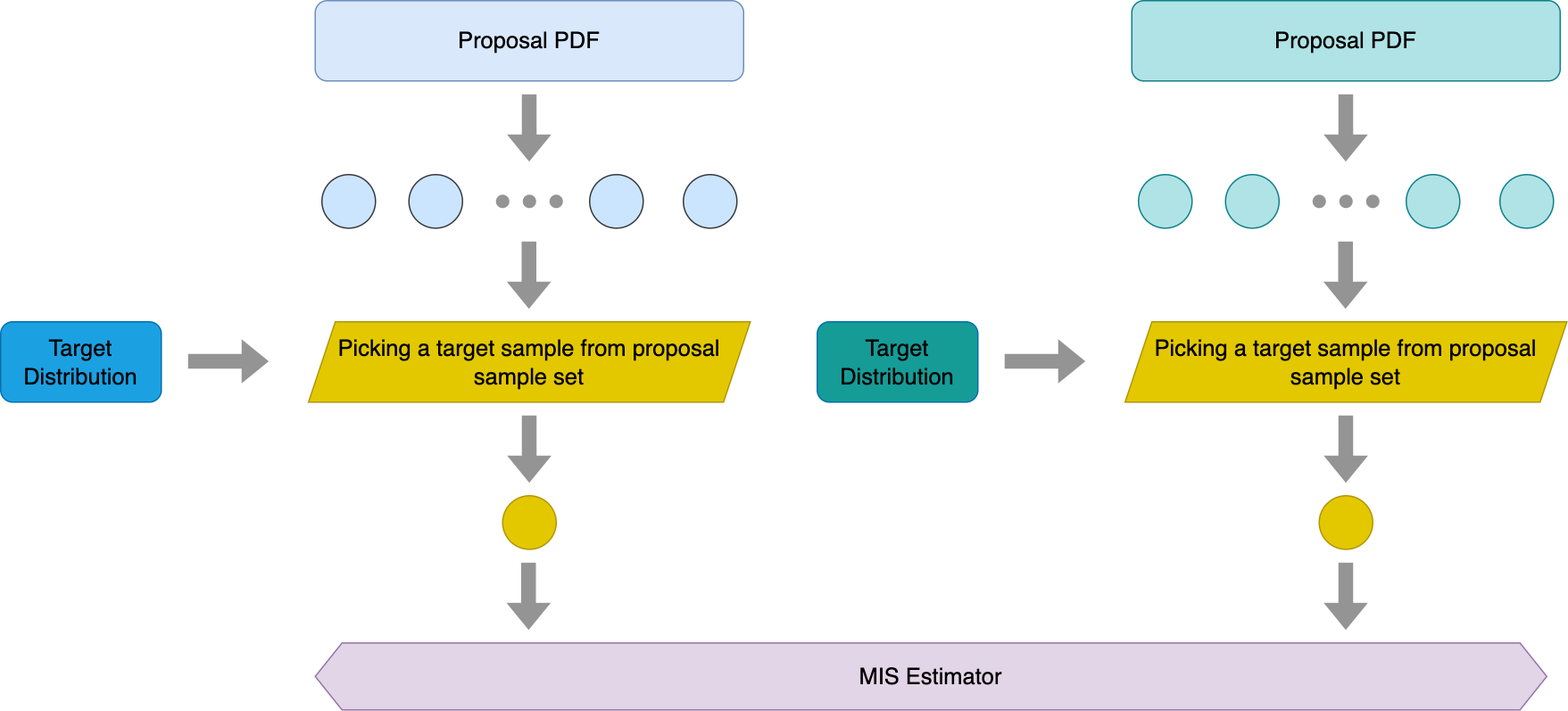
JiayinCao/AGraphicsGuyNotes keeps this draw.io diagram as img/posts/understanding_the_math_behind_restir_di/RIS_MIS.png. Above is the earlier version. Source tidied: cells renumbered, new cells last; positions are measured from the earlier drawing's top-left corner, leaving out a move shared by most shapes.
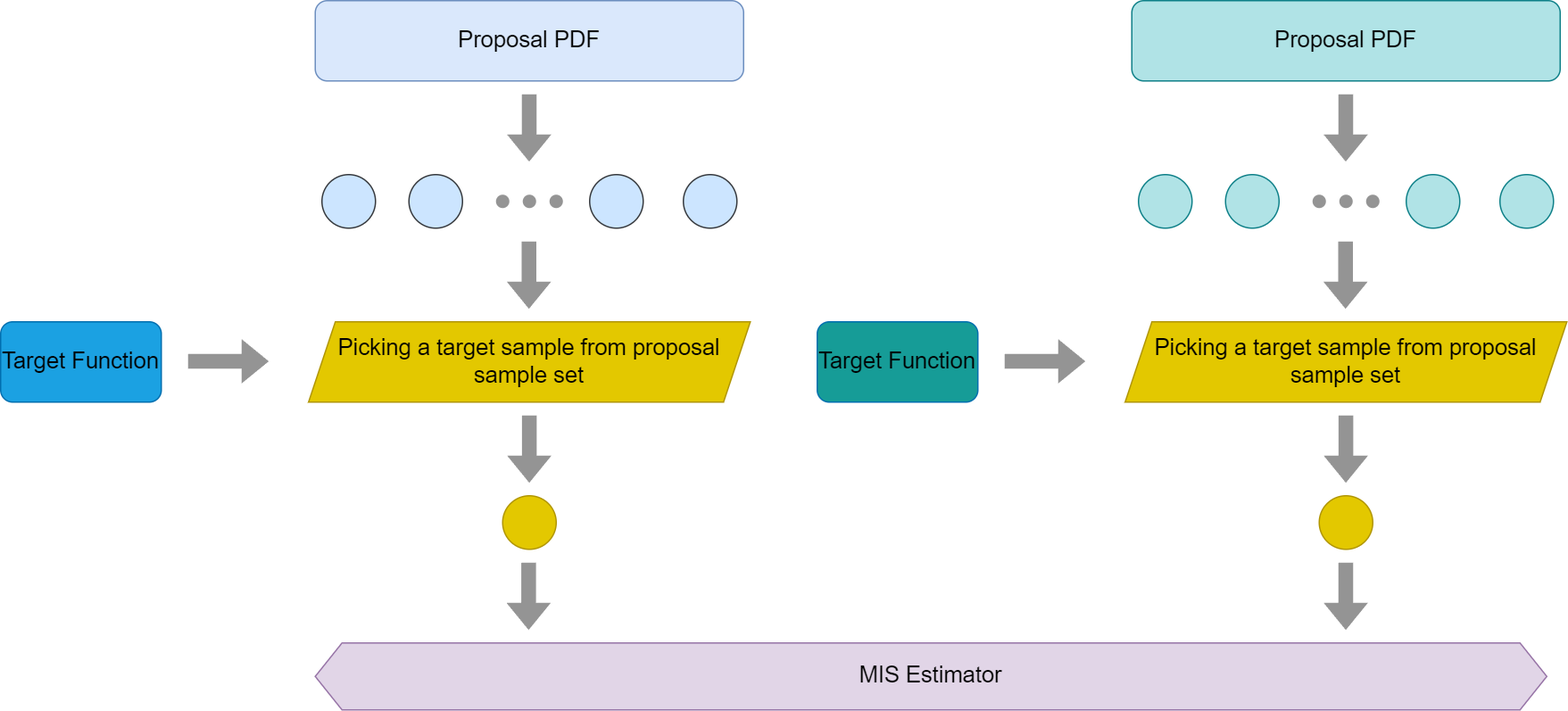
After the change.

The edit, as a diff of the source:
```diff
@@ -23,7 +23,7 @@
     <mxCell id="7" style="ellipse;whiteSpace=wrap;html=1;fillColor=#cce5ff;strokeColor=#36393d;" parent="1" vertex="1">
       <mxGeometry x="440" y="130" width="40" height="40" as="geometry" />
     </mxCell>
-    <mxCell id="8" value="&lt;font style=&quot;font-size: 17px;&quot; color=&quot;#000000&quot;&gt;Target Distribution&lt;/font&gt;" style="rounded=1;whiteSpace=wrap;html=1;fillColor=#1ba1e2;strokeColor=#006EAF;fontColor=#ffffff;" parent="1" vertex="1">
+    <mxCell id="8" value="&lt;font style=&quot;font-size: 17px;&quot; color=&quot;#000000&quot;&gt;Target Function&lt;/font&gt;" style="rounded=1;whiteSpace=wrap;html=1;fillColor=#1ba1e2;strokeColor=#006EAF;fontColor=#ffffff;" parent="1" vertex="1">
       <mxGeometry y="240" width="120" height="60" as="geometry" />
     </mxCell>
     <mxCell id="9" value="&lt;span style=&quot;font-size: 17px;&quot;&gt;Picking a target sample from proposal sample set&lt;/span&gt;" style="shape=parallelogram;perimeter=parallelogramPerimeter;whiteSpace=wrap;html=1;fixedSize=1;fontColor=#000000;fillColor=#e3c800;strokeColor=#B09500;" parent="1" vertex="1">
@@ -89,7 +89,7 @@
     <mxCell id="24" style="ellipse;whiteSpace=wrap;html=1;fillColor=#b0e3e6;strokeColor=#0e8088;" parent="1" vertex="1">
       <mxGeometry x="1050" y="130" width="40" height="40" as="geometry" />
     </mxCell>
-    <mxCell id="25" value="&lt;font style=&quot;font-size: 17px;&quot; color=&quot;#000000&quot;&gt;Target Distribution&lt;/font&gt;" style="rounded=1;whiteSpace=wrap;html=1;fillColor=#169C97;strokeColor=#006EAF;fontColor=#ffffff;" parent="1" vertex="1">
+    <mxCell id="25" value="&lt;font style=&quot;font-size: 17px;&quot; color=&quot;#000000&quot;&gt;Target Function&lt;/font&gt;" style="rounded=1;whiteSpace=wrap;html=1;fillColor=#169C97;strokeColor=#006EAF;fontColor=#ffffff;" parent="1" vertex="1">
       <mxGeometry x="610" y="240" width="120" height="60" as="geometry" />
     </mxCell>
     <mxCell id="26" value="&lt;span style=&quot;font-size: 17px;&quot;&gt;Picking a target sample from proposal sample set&lt;/span&gt;" style="shape=parallelogram;perimeter=parallelogramPerimeter;whiteSpace=wrap;html=1;fixedSize=1;fontColor=#000000;fillColor=#e3c800;strokeColor=#B09500;" parent="1" vertex="1">
```
